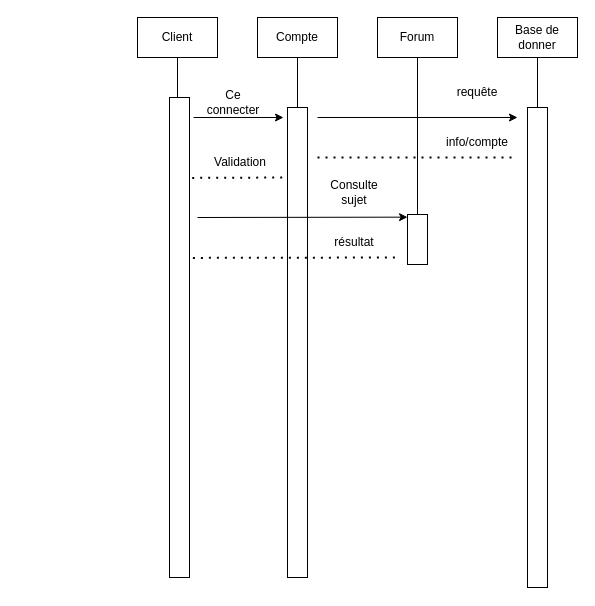
Above: kikiff_forum.drawio in nak0x/uml (draw.io), before the change. Source tidied: cells renumbered, new cells numbered last; positions are measured from the earlier drawing's top-left corner, leaving out a move shared by most shapes. Both pictures are drawn from the tidied source at 100%, with x=0, y=0 at pixel (137, 17).
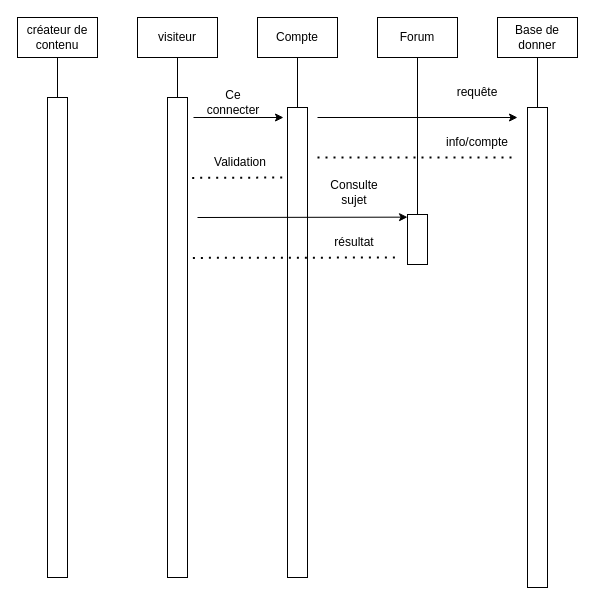
The same diagram, later.

Commit message (it also covers changes not shown here):
Mettre à jour kikiff_forum.drawio

Diff of the diagram source:
```diff
@@
-    <mxCell id="2" value="Client" style="rounded=0;whiteSpace=wrap;html=1;" parent="1" vertex="1">
+    <mxCell id="2" value="visiteur" style="rounded=0;whiteSpace=wrap;html=1;" parent="1" vertex="1">
       <mxGeometry width="80" height="40" as="geometry" />
     </mxCell>
@@
     <mxCell id="7" style="rounded=0;whiteSpace=wrap;html=1;" parent="1" vertex="1">
-      <mxGeometry x="32" y="80" width="20" height="480" as="geometry" />
+      <mxGeometry x="30" y="80" width="20" height="480" as="geometry" />
     </mxCell>
@@
+    <mxCell id="27" value="créateur de contenu" style="rounded=0;whiteSpace=wrap;html=1;" parent="1" vertex="1">
+      <mxGeometry x="-120" width="80" height="40" as="geometry" />
+    </mxCell>
+    <mxCell id="28" style="endArrow=none;html=1;rounded=0;entryX=0.5;entryY=1;entryDx=0;entryDy=0;" parent="1" edge="1">
+      <mxGeometry relative="1" as="geometry">
+        <mxPoint x="-80" y="80" as="sourcePoint" />
+        <mxPoint x="-80" y="40" as="targetPoint" />
+      </mxGeometry>
+    </mxCell>
+    <mxCell id="29" style="rounded=0;whiteSpace=wrap;html=1;" parent="1" vertex="1">
+      <mxGeometry x="-90" y="80" width="20" height="480" as="geometry" />
+    </mxCell>
```
